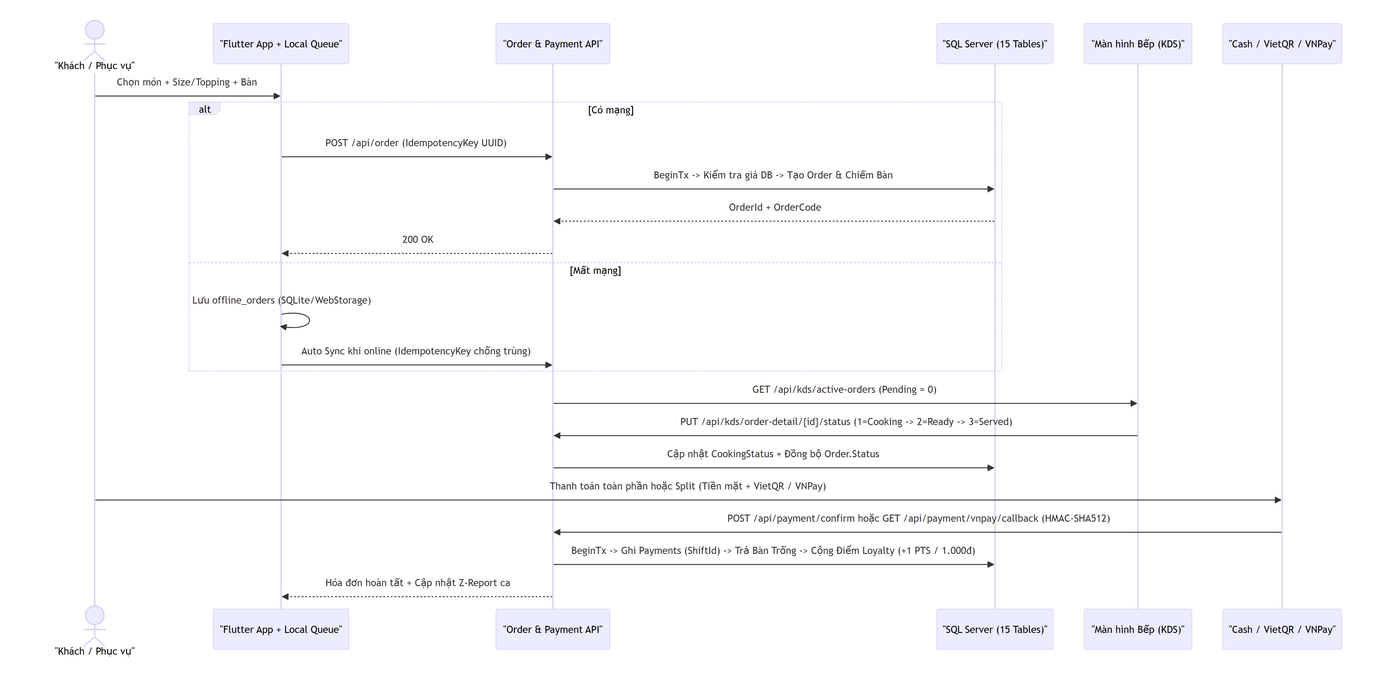
Before: defense_guide/diagrams/04_end_to_end_pos_sequence.png, a diagram exported from Mermaid (TanNguyen234/restaurant-pos-system). Its source is kept beside it as defense_guide/diagrams/04_end_to_end_pos_sequence.mmd.
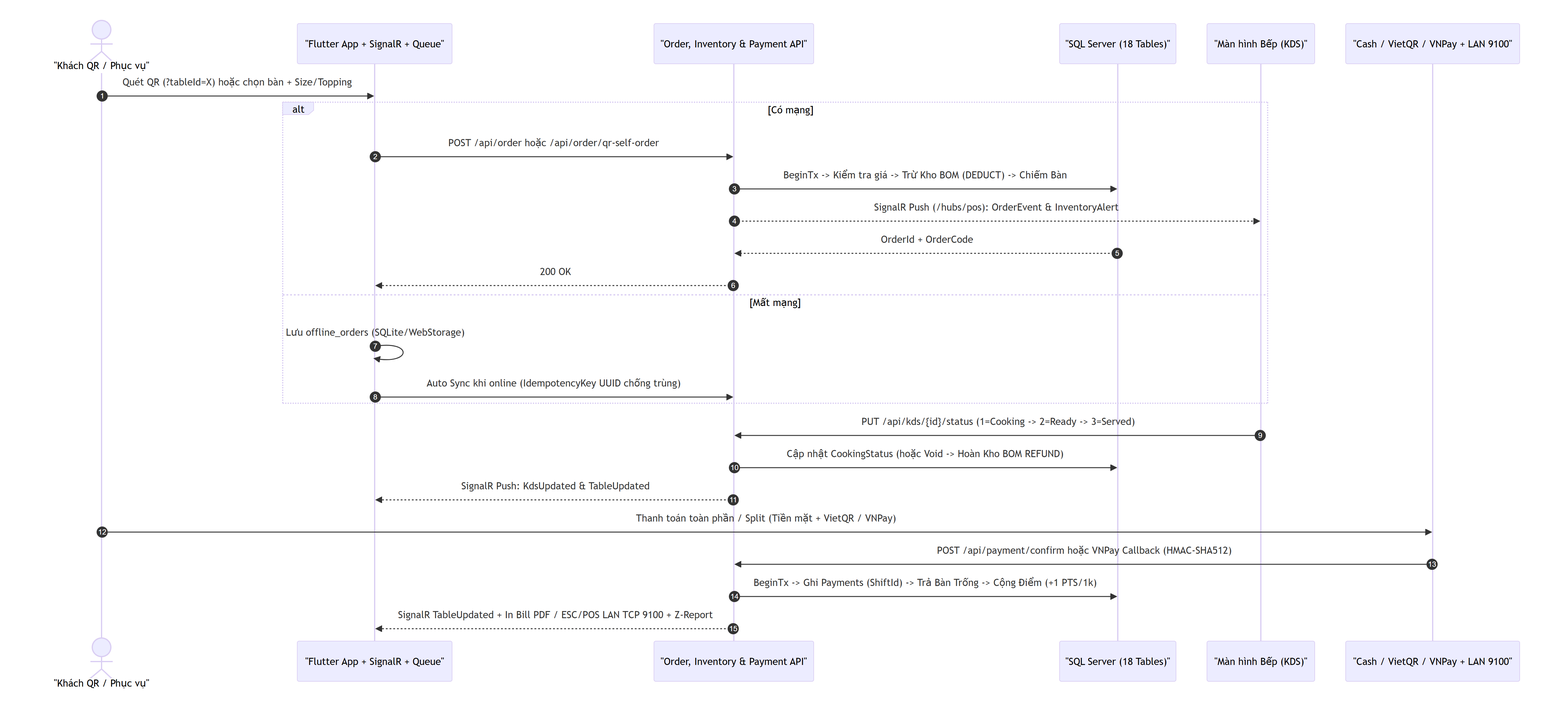
Later version of the same file.

What changed in the source:
```diff
@@ -1,27 +1,29 @@
 sequenceDiagram
-    actor C as "Khách / Phục vụ"
-    participant App as "Flutter App + Local Queue"
-    participant API as "Order & Payment API"
-    participant DB as "SQL Server (15 Tables)"
+    autonumber
+    actor C as "Khách QR / Phục vụ"
+    participant App as "Flutter App + SignalR + Queue"
+    participant API as "Order, Inventory & Payment API"
+    participant DB as "SQL Server (18 Tables)"
     participant KDS as "Màn hình Bếp (KDS)"
-    participant Pay as "Cash / VietQR / VNPay"
+    participant Pay as "Cash / VietQR / VNPay + LAN 9100"
 
-    C->>App: Chọn món + Size/Topping + Bàn
+    C->>App: Quét QR (?tableId=X) hoặc chọn bàn + Size/Topping
     alt Có mạng
-        App->>API: POST /api/order (IdempotencyKey UUID)
-        API->>DB: BeginTx -> Kiểm tra giá DB -> Tạo Order & Chiếm Bàn
+        App->>API: POST /api/order hoặc /api/order/qr-self-order
+        API->>DB: BeginTx -> Kiểm tra giá -> Trừ Kho BOM (DEDUCT) -> Chiếm Bàn
+        API-->>KDS: SignalR Push (/hubs/pos): OrderEvent & InventoryAlert
         DB-->>API: OrderId + OrderCode
         API-->>App: 200 OK
     else Mất mạng
         App->>App: Lưu offline_orders (SQLite/WebStorage)
-        App->>API: Auto Sync khi online (IdempotencyKey chống trùng)
+        App->>API: Auto Sync khi online (IdempotencyKey UUID chống trùng)
     end
 
-    API->>KDS: GET /api/kds/active-orders (Pending = 0)
-    KDS->>API: PUT /api/kds/order-detail/{id}/status (1=Cooking -> 2=Ready -> 3=Served)
-    API->>DB: Cập nhật CookingStatus + Đồng bộ Order.Status
+    KDS->>API: PUT /api/kds/{id}/status (1=Cooking -> 2=Ready -> 3=Served)
+    API->>DB: Cập nhật CookingStatus (hoặc Void -> Hoàn Kho BOM REFUND)
+    API-->>App: SignalR Push: KdsUpdated & TableUpdated
 
-    C->>Pay: Thanh toán toàn phần hoặc Split (Tiền mặt + VietQR / VNPay)
-    Pay->>API: POST /api/payment/confirm hoặc GET /api/payment/vnpay/callback (HMAC-SHA512)
-    API->>DB: BeginTx -> Ghi Payments (ShiftId) -> Trả Bàn Trống -> Cộng Điểm Loyalty (+1 PTS / 1.000đ)
-    API-->>App: Hóa đơn hoàn tất + Cập nhật Z-Report ca
+    C->>Pay: Thanh toán toàn phần / Split (Tiền mặt + VietQR / VNPay)
+    Pay->>API: POST /api/payment/confirm hoặc VNPay Callback (HMAC-SHA512)
+    API->>DB: BeginTx -> Ghi Payments (ShiftId) -> Trả Bàn Trống -> Cộng Điểm (+1 PTS/1k)
+    API-->>App: SignalR TableUpdated + In Bill PDF / ESC/POS LAN TCP 9100 + Z-Report
```
